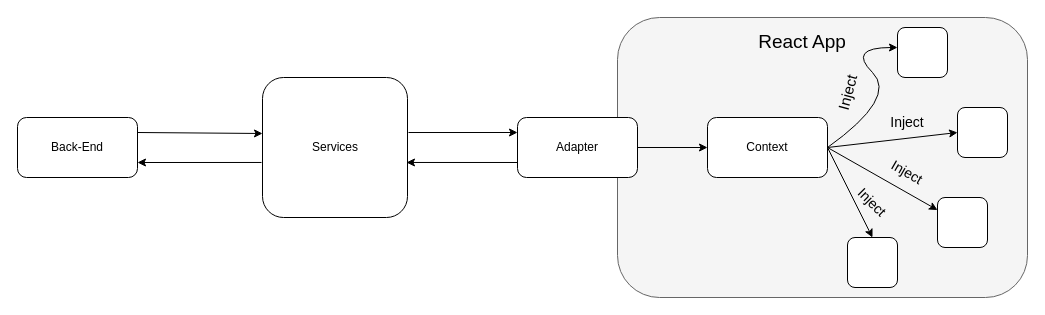
This is app_work_flow.drawio from Henri280100/chatte-client, a draw.io file, before an edit. Source tidied: cells renumbered, new cells numbered last; positions are measured from the earlier drawing's top-left corner, leaving out a move shared by most shapes. Both pictures are drawn from the tidied source at 100%, with x=0, y=0 at pixel (17, 17).
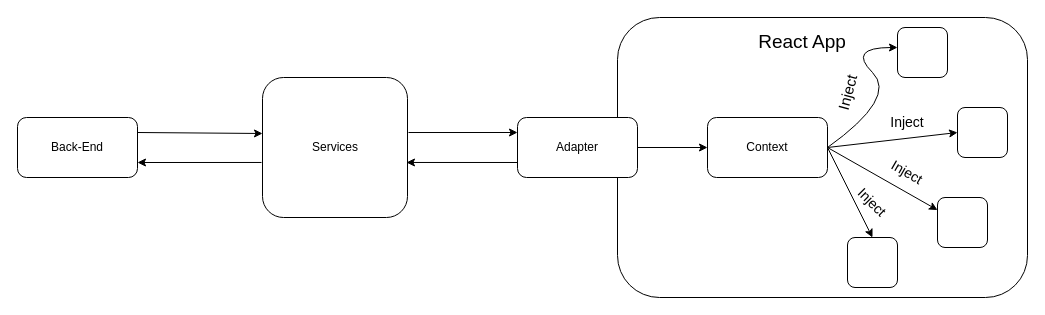
Above is the later version.

What changed in the source:
```diff
@@
-    <mxCell id="3" style="rounded=1;whiteSpace=wrap;html=1;labelBackgroundColor=none;fillColor=#f5f5f5;fontColor=#333333;strokeColor=#666666;" parent="1" vertex="1">
+    <mxCell id="3" style="rounded=1;whiteSpace=wrap;html=1;labelBackgroundColor=none;" parent="1" vertex="1">
       <mxGeometry x="600" width="410" height="280" as="geometry" />
     </mxCell>
```
